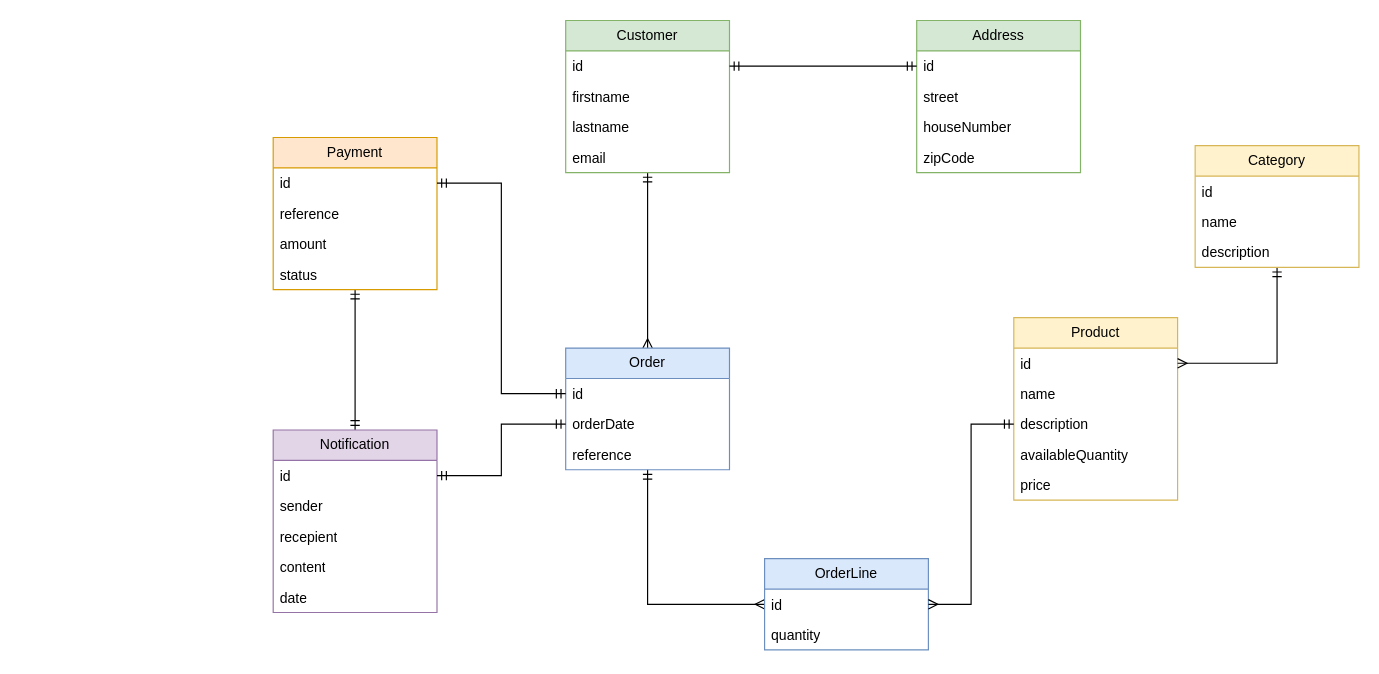
rashidbekraximov/express-bot keeps this draw.io diagram as page "class-diagram" (2 of 6) of Untitled Diagram.drawio. Above is the earlier version. Source tidied: cells renumbered, new cells numbered last; positions are measured from the earlier drawing's top-left corner, leaving out a move shared by most shapes. Both pictures are drawn from the tidied source at 117%, with x=0, y=0 at pixel (273, 20).
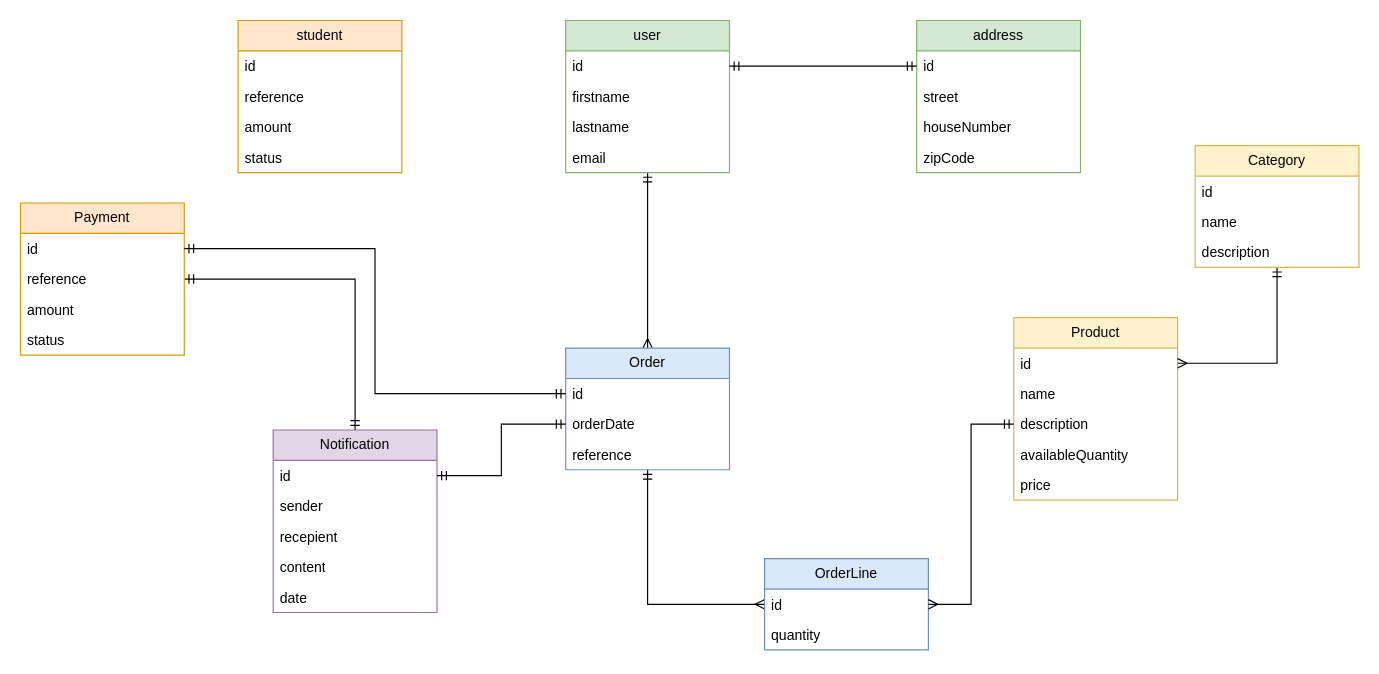
Above is the later version.

What changed in the source:
```diff
@@
-    <mxCell id="3" value="Customer" style="swimlane;fontStyle=0;horizontal=1;startSize=26;fillColor=#d5e8d4;whiteSpace=wrap;html=1;strokeColor=#82b366;" parent="1" vertex="1">
+    <mxCell id="3" value="user" style="swimlane;fontStyle=0;horizontal=1;startSize=26;fillColor=#d5e8d4;whiteSpace=wrap;html=1;strokeColor=#82b366;" parent="1" vertex="1">
       <mxGeometry x="250" width="140" height="130" as="geometry" />
     </mxCell>
@@
     <mxCell id="20" value="Payment" style="swimlane;fontStyle=0;horizontal=1;startSize=26;fillColor=#ffe6cc;whiteSpace=wrap;html=1;strokeColor=#d79b00;" parent="1" vertex="1">
-      <mxGeometry y="100" width="140" height="130" as="geometry" />
+      <mxGeometry x="-216" y="156" width="140" height="130" as="geometry" />
     </mxCell>
@@
-    <mxCell id="41" value="Address" style="swimlane;fontStyle=0;horizontal=1;startSize=26;fillColor=#d5e8d4;whiteSpace=wrap;html=1;strokeColor=#82b366;" parent="1" vertex="1">
+    <mxCell id="41" value="address" style="swimlane;fontStyle=0;horizontal=1;startSize=26;fillColor=#d5e8d4;whiteSpace=wrap;html=1;strokeColor=#82b366;" parent="1" vertex="1">
       <mxGeometry x="550" width="140" height="130" as="geometry" />
     </mxCell>
@@
+    <mxCell id="48" value="student" style="swimlane;fontStyle=0;horizontal=1;startSize=26;fillColor=#ffe6cc;whiteSpace=wrap;html=1;strokeColor=#d79b00;" parent="1" vertex="1">
+      <mxGeometry x="-30" width="140" height="130" as="geometry" />
+    </mxCell>
+    <mxCell id="49" value="id" style="text;strokeColor=none;fillColor=none;align=left;verticalAlign=top;spacingLeft=4;spacingRight=4;overflow=hidden;whiteSpace=wrap;html=1;" parent="48" vertex="1">
+      <mxGeometry y="26" width="140" height="26" as="geometry" />
+    </mxCell>
+    <mxCell id="50" value="reference" style="text;strokeColor=none;fillColor=none;align=left;verticalAlign=top;spacingLeft=4;spacingRight=4;overflow=hidden;whiteSpace=wrap;html=1;" parent="48" vertex="1">
+      <mxGeometry y="52" width="140" height="26" as="geometry" />
+    </mxCell>
+    <mxCell id="51" value="amount" style="text;strokeColor=none;fillColor=none;align=left;verticalAlign=top;spacingLeft=4;spacingRight=4;overflow=hidden;whiteSpace=wrap;html=1;" parent="48" vertex="1">
+      <mxGeometry y="78" width="140" height="26" as="geometry" />
+    </mxCell>
+    <mxCell id="52" value="status" style="text;strokeColor=none;fillColor=none;align=left;verticalAlign=top;spacingLeft=4;spacingRight=4;overflow=hidden;whiteSpace=wrap;html=1;" parent="48" vertex="1">
+      <mxGeometry y="104" width="140" height="26" as="geometry" />
+    </mxCell>
```
